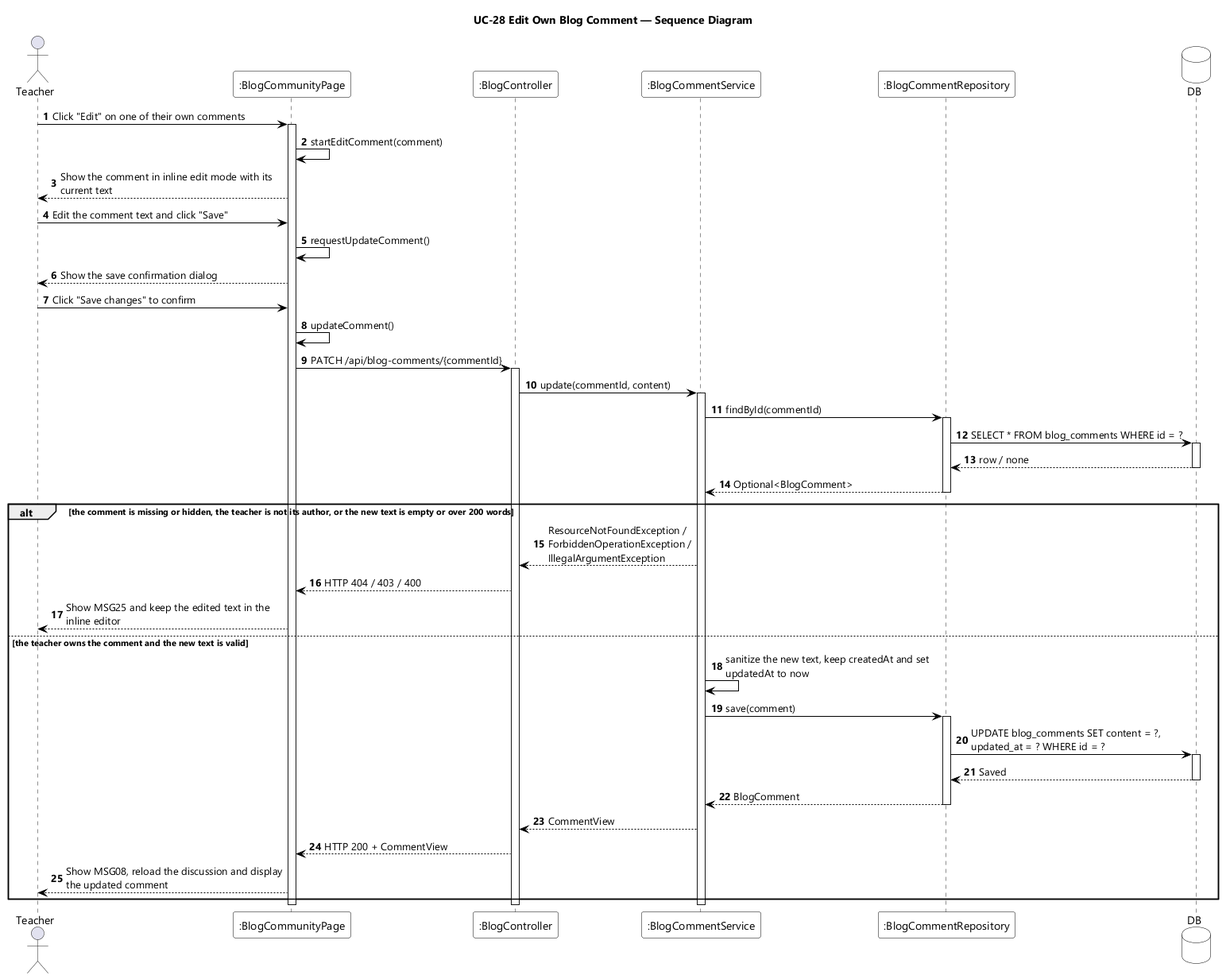
The PlantUML diagram designs/sds-diagrams/uc28/uc28-sequence-diagram.png in EduA-system/EduA-system, before a commit.
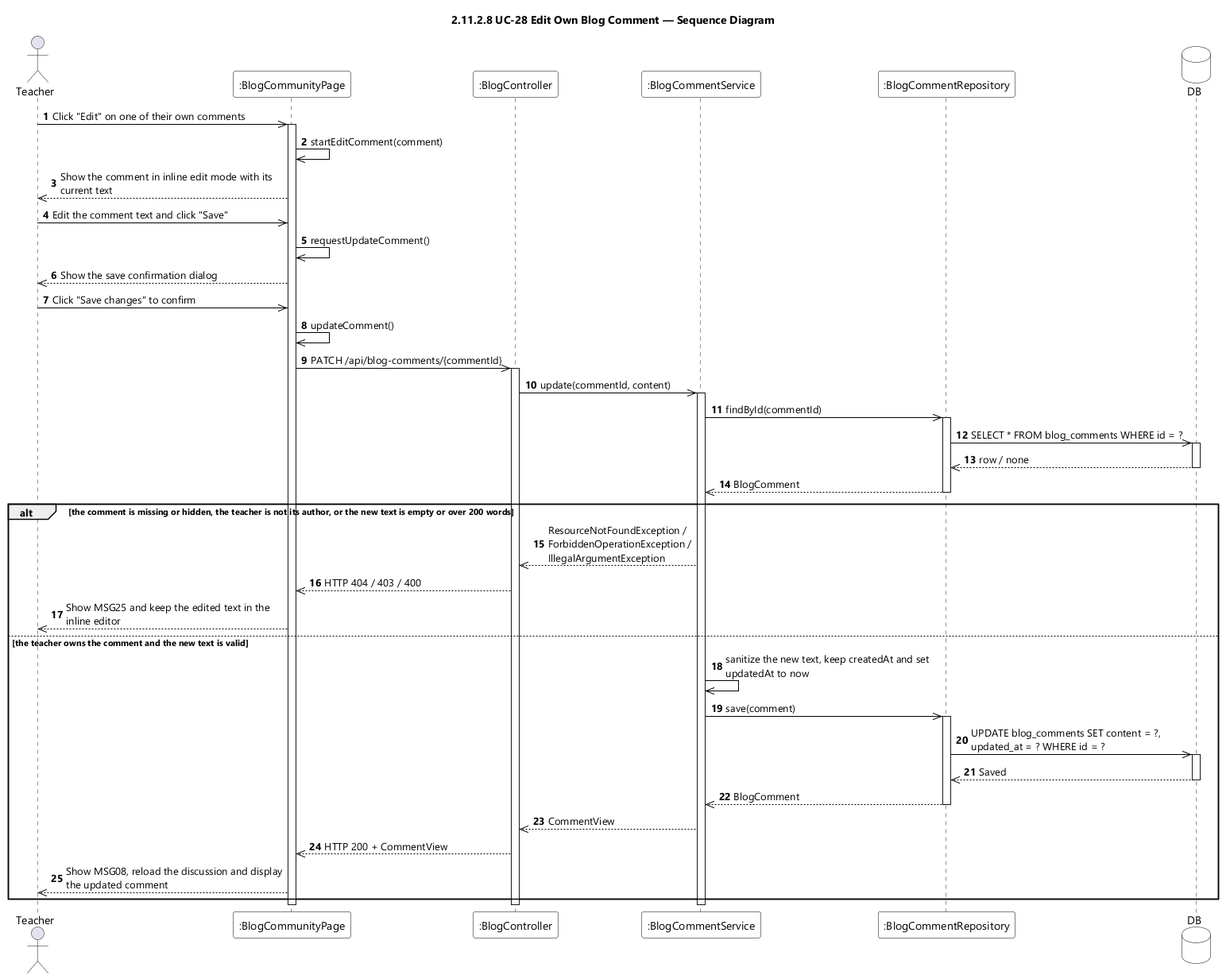
The same diagram one commit later.

The edit, as a diff of the source:
```diff
@@ -9,7 +9,7 @@
 skinparam ArrowColor #000000
 skinparam sequenceMessageAlign left
 skinparam maxMessageSize 280
-title UC-28 Edit Own Blog Comment — Sequence Diagram
+title 2.11.2.8 UC-28 Edit Own Blog Comment — Sequence Diagram
 
 actor Teacher
 participant ":BlogCommunityPage" as UI
@@ -19,47 +19,47 @@
 database DB
 
 autonumber
-Teacher -> UI : Click "Edit" on one of their own comments
+Teacher ->> UI : Click "Edit" on one of their own comments
 activate UI
-UI -> UI : startEditComment(comment)
-UI --> Teacher : Show the comment in inline edit mode with its current text
-Teacher -> UI : Edit the comment text and click "Save"
-UI -> UI : requestUpdateComment()
-UI --> Teacher : Show the save confirmation dialog
-Teacher -> UI : Click "Save changes" to confirm
-UI -> UI : updateComment()
-UI -> CTL : PATCH /api/blog-comments/{commentId}
+UI ->> UI : startEditComment(comment)
+UI -->> Teacher : Show the comment in inline edit mode with its current text
+Teacher ->> UI : Edit the comment text and click "Save"
+UI ->> UI : requestUpdateComment()
+UI -->> Teacher : Show the save confirmation dialog
+Teacher ->> UI : Click "Save changes" to confirm
+UI ->> UI : updateComment()
+UI ->> CTL : PATCH /api/blog-comments/{commentId}
 activate CTL
-CTL -> SVC : update(commentId, content)
+CTL ->> SVC : update(commentId, content)
 activate SVC
 
-SVC -> REPO : findById(commentId)
+SVC ->> REPO : findById(commentId)
 activate REPO
-REPO -> DB : SELECT * FROM blog_comments WHERE id = ?
+REPO ->> DB : SELECT * FROM blog_comments WHERE id = ?
 activate DB
-DB --> REPO : row / none
+DB -->> REPO : row / none
 deactivate DB
-REPO --> SVC : Optional<BlogComment>
+REPO -->> SVC : BlogComment
 deactivate REPO
 
 alt the comment is missing or hidden, the teacher is not its author, or the new text is empty or over 200 words
-  SVC --> CTL : ResourceNotFoundException / ForbiddenOperationException / IllegalArgumentException
-  CTL --> UI : HTTP 404 / 403 / 400
-  UI --> Teacher : Show MSG25 and keep the edited text in the inline editor
+  SVC -->> CTL : ResourceNotFoundException / ForbiddenOperationException / IllegalArgumentException
+  CTL -->> UI : HTTP 404 / 403 / 400
+  UI -->> Teacher : Show MSG25 and keep the edited text in the inline editor
 
 else the teacher owns the comment and the new text is valid
-  SVC -> SVC : sanitize the new text, keep createdAt and set updatedAt to now
-  SVC -> REPO : save(comment)
+  SVC ->> SVC : sanitize the new text, keep createdAt and set updatedAt to now
+  SVC ->> REPO : save(comment)
   activate REPO
-  REPO -> DB : UPDATE blog_comments SET content = ?, updated_at = ? WHERE id = ?
+  REPO ->> DB : UPDATE blog_comments SET content = ?, updated_at = ? WHERE id = ?
   activate DB
-  DB --> REPO : Saved
+  DB -->> REPO : Saved
   deactivate DB
-  REPO --> SVC : BlogComment
+  REPO -->> SVC : BlogComment
   deactivate REPO
-  SVC --> CTL : CommentView
-  CTL --> UI : HTTP 200 + CommentView
-  UI --> Teacher : Show MSG08, reload the discussion and display the updated comment
+  SVC -->> CTL : CommentView
+  CTL -->> UI : HTTP 200 + CommentView
+  UI -->> Teacher : Show MSG08, reload the discussion and display the updated comment
 end
 
 deactivate SVC
```
